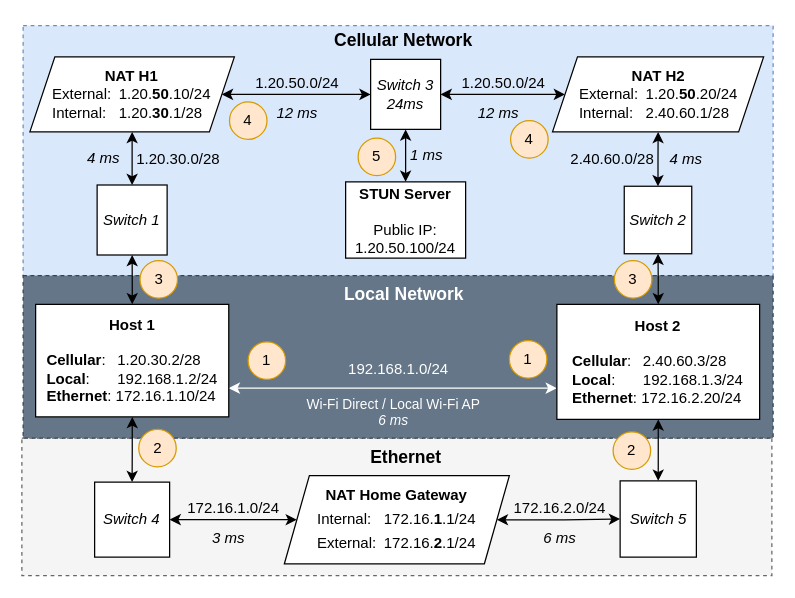
JustusvonderBeek/master-thesis-scripts-and-measures keeps this draw.io diagram as resources/mininet_full_setup.drawio. Above is the earlier version. Source tidied: cells renumbered, new cells numbered last; positions are measured from the earlier drawing's top-left corner, leaving out a move shared by most shapes. Both pictures are drawn from the tidied source at 125%, with x=0, y=0 at pixel (21, 21).
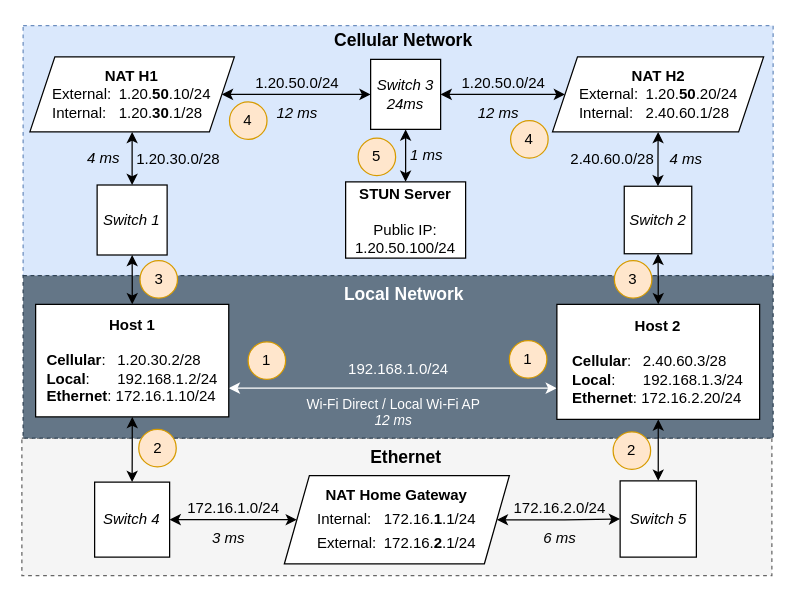
The same page after the edit.

Unchanged cells that the change refers to:
```xml
<mxCell id="7" value="&lt;div&gt;&lt;b&gt;Host 1&lt;/b&gt;&lt;br&gt;&lt;/div&gt;&lt;div&gt;&lt;b&gt;&lt;br&gt;&lt;/b&gt;&lt;/div&gt;&lt;div style=&quot;text-align: left;&quot;&gt;&lt;span style=&quot;background-color: rgb(255, 255, 255);&quot;&gt;&lt;b style=&quot;&quot;&gt;Cellular&lt;/b&gt;:&lt;span style=&quot;white-space: pre;&quot;&gt;&#9;&lt;/span&gt;&amp;nbsp;1.20.30.2/28&lt;br&gt;&lt;/span&gt;&lt;/div&gt;&lt;div style=&quot;text-align: left;&quot;&gt;&lt;font style=&quot;background-color: rgb(255, 255, 255);&quot;&gt;&lt;b&gt;Local&lt;/b&gt;:&lt;span style=&quot;white-space: pre;&quot;&gt;&#9;&lt;/span&gt;&amp;nbsp;192.168.1.2/24&lt;/font&gt;&lt;/div&gt;&lt;div style=&quot;text-align: left;&quot;&gt;&lt;font style=&quot;background-color: rgb(255, 255, 255);&quot;&gt;&lt;b&gt;Ethernet&lt;/b&gt;: 172.16.1.10/24&lt;/font&gt;&lt;br&gt;&lt;/div&gt;" style="rounded=0;whiteSpace=wrap;html=1;" parent="1" vertex="1">
  <mxGeometry x="11" y="226" width="154.5" height="90" as="geometry" />
</mxCell>
<mxCell id="9" value="&lt;div&gt;&lt;b&gt;Host 2&lt;/b&gt;&lt;br&gt;&lt;/div&gt;&lt;div&gt;&lt;b&gt;&lt;br&gt;&lt;/b&gt;&lt;/div&gt;&lt;div style=&quot;text-align: left;&quot;&gt;&lt;b&gt;Cellular&lt;/b&gt;: &lt;span style=&quot;white-space: pre;&quot;&gt;&#9;&lt;/span&gt;&amp;nbsp;2.40.60.3/28&lt;/div&gt;&lt;div style=&quot;text-align: left;&quot;&gt;&lt;b&gt;Local&lt;/b&gt;:&lt;span style=&quot;white-space: pre;&quot;&gt;&#9;&lt;/span&gt;&amp;nbsp;192.168.1.3/24&lt;br&gt;&lt;/div&gt;&lt;div style=&quot;text-align: left;&quot;&gt;&lt;b&gt;Ethernet&lt;/b&gt;: 172.16.2.20/24&lt;br&gt;&lt;/div&gt;" style="whiteSpace=wrap;html=1;" parent="1" vertex="1">
  <mxGeometry x="428" y="226" width="162.2" height="92" as="geometry" />
</mxCell>
```

What changed in the source:
```diff
@@
-    <mxCell id="6" value="&lt;div&gt;&lt;span style=&quot;background-color: initial;&quot;&gt;Wi-Fi Direct / Local Wi-Fi AP&lt;/span&gt;&lt;br&gt;&lt;/div&gt;&lt;div&gt;&lt;span style=&quot;background-color: initial;&quot;&gt;&lt;i&gt;6 ms&lt;/i&gt;&lt;/span&gt;&lt;/div&gt;" style="edgeStyle=orthogonalEdgeStyle;rounded=0;jettySize=auto;html=1;startArrow=classic;startFill=1;strokeWidth=1;labelBackgroundColor=none;verticalAlign=top;fontColor=#FFFFFF;strokeColor=#FFFFFF;" parent="1" edge="1" source="7" target="9">
+    <mxCell id="6" value="&lt;div&gt;&lt;span style=&quot;background-color: initial;&quot;&gt;Wi-Fi Direct / Local Wi-Fi AP&lt;/span&gt;&lt;br&gt;&lt;/div&gt;&lt;div&gt;&lt;span style=&quot;background-color: initial;&quot;&gt;&lt;i&gt;12 ms&lt;/i&gt;&lt;/span&gt;&lt;/div&gt;" style="edgeStyle=orthogonalEdgeStyle;rounded=0;jettySize=auto;html=1;startArrow=classic;startFill=1;strokeWidth=1;labelBackgroundColor=none;verticalAlign=top;fontColor=#FFFFFF;strokeColor=#FFFFFF;" parent="1" edge="1" source="7" target="9">
       <mxGeometry relative="1" as="geometry">
         <Array as="points">
           <mxPoint x="291" y="293" />
           <mxPoint x="291" y="293" />
         </Array>
       </mxGeometry>
     </mxCell>
```
